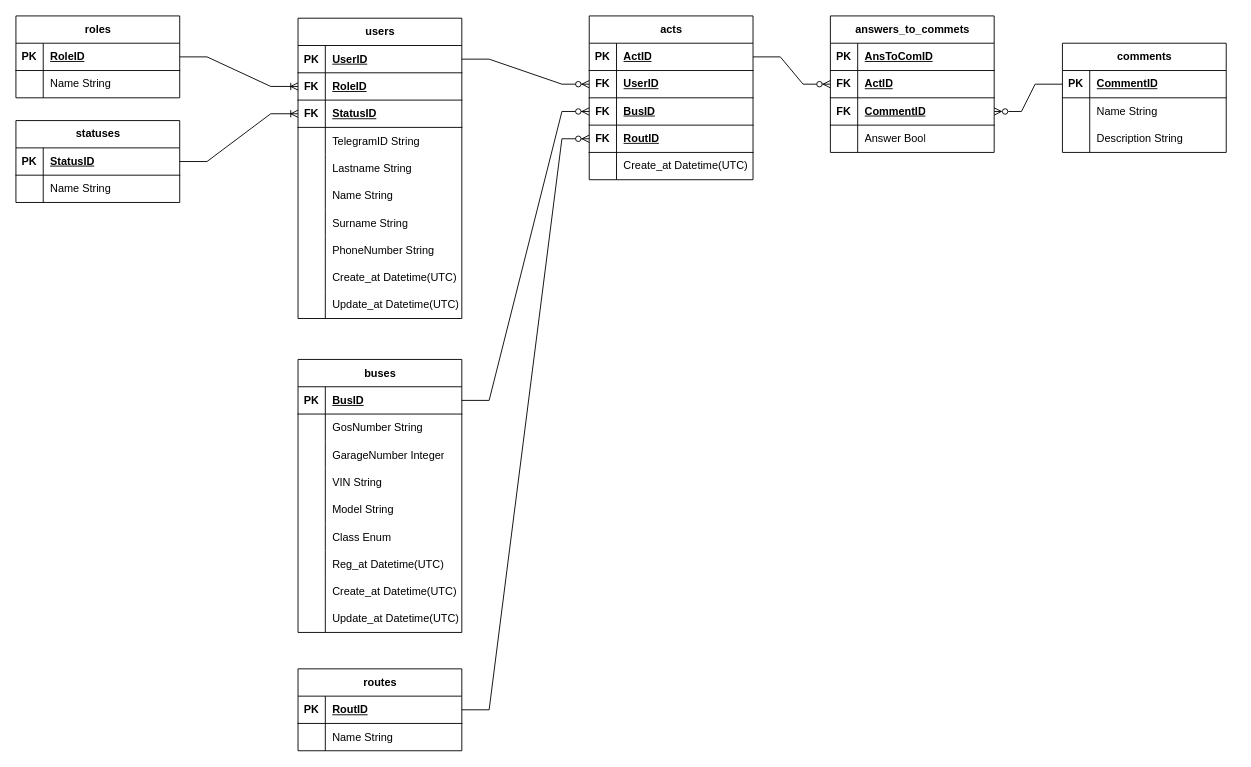
Above: Диаграмма без названия.drawio in EvgeniiGud/draw (draw.io), before the change. Source tidied: cells renumbered, new cells numbered last; positions are measured from the earlier drawing's top-left corner, leaving out a move shared by most shapes. Both pictures are drawn from the tidied source at 91%, with x=0, y=0 at pixel (15, 15).
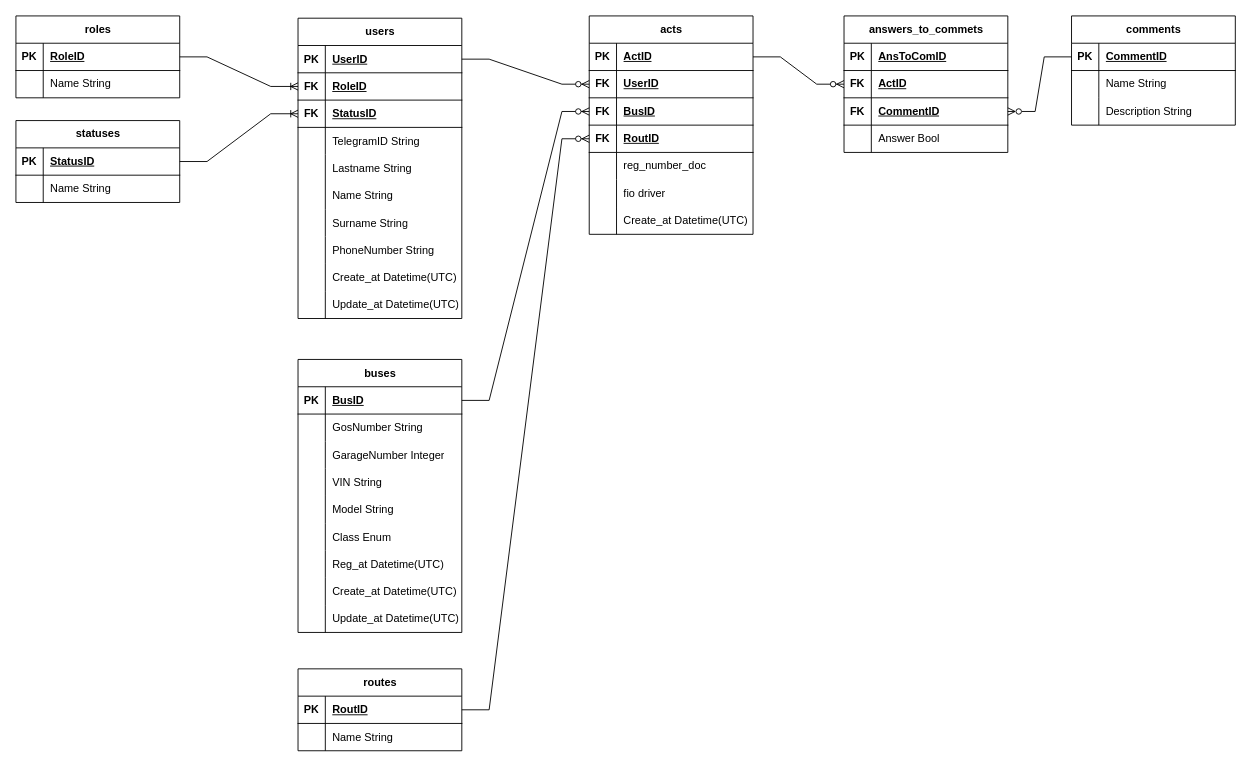
After the change.

Unchanged cells that the change refers to:
```xml
<mxCell id="107" style="shape=tableRow;horizontal=0;startSize=0;swimlaneHead=0;swimlaneBody=0;fillColor=none;top=0;left=0;right=0;bottom=0;" parent="94" vertex="1">
  <mxGeometry y="150" width="180" height="30" as="geometry" />
</mxCell>
```

What changed in the source:
```diff
@@
     <mxCell id="77" value="comments" style="shape=table;startSize=30;childLayout=tableLayout;rowLines=0;fontStyle=1;align=center;html=1;" parent="1" vertex="1">
-      <mxGeometry x="1150" y="30" width="180" height="120" as="geometry" />
+      <mxGeometry x="1160" width="180" height="120" as="geometry" />
     </mxCell>
@@
     <mxCell id="94" value="acts" style="shape=table;startSize=30;childLayout=tableLayout;rowLines=0;fontStyle=1;align=center;html=1;" parent="1" vertex="1">
-      <mxGeometry x="630" width="180" height="180" as="geometry" />
+      <mxGeometry x="630" width="180" height="240" as="geometry" />
     </mxCell>
@@
-    <mxCell id="109" value="Create_at Datetime(UTC)" style="shape=partialRectangle;fillColor=none;top=0;left=0;bottom=0;right=0;align=left;spacingLeft=6;overflow=hidden;whiteSpace=wrap;html=1;" parent="107" vertex="1">
+    <mxCell id="109" value="reg_number_doc" style="shape=partialRectangle;fillColor=none;top=0;left=0;bottom=0;right=0;align=left;spacingLeft=6;overflow=hidden;whiteSpace=wrap;html=1;" parent="107" vertex="1">
       <mxGeometry x="30" width="150" height="30" as="geometry" />
     </mxCell>
+    <mxCell id="128" style="shape=tableRow;horizontal=0;startSize=0;swimlaneHead=0;swimlaneBody=0;fillColor=none;top=0;left=0;right=0;bottom=0;" parent="94" vertex="1">
+      <mxGeometry y="180" width="180" height="30" as="geometry" />
+    </mxCell>
+    <mxCell id="129" style="shape=partialRectangle;fillColor=none;top=0;left=0;bottom=0;right=0;overflow=hidden;whiteSpace=wrap;html=1;" parent="128" vertex="1">
+      <mxGeometry width="30" height="30" as="geometry" />
+    </mxCell>
+    <mxCell id="130" value="fio driver" style="shape=partialRectangle;fillColor=none;top=0;left=0;bottom=0;right=0;align=left;spacingLeft=6;overflow=hidden;whiteSpace=wrap;html=1;" parent="128" vertex="1">
+      <mxGeometry x="30" width="150" height="30" as="geometry" />
+    </mxCell>
+    <mxCell id="131" style="shape=tableRow;horizontal=0;startSize=0;swimlaneHead=0;swimlaneBody=0;fillColor=none;top=0;left=0;right=0;bottom=0;" parent="94" vertex="1">
+      <mxGeometry y="210" width="180" height="30" as="geometry" />
+    </mxCell>
+    <mxCell id="132" style="shape=partialRectangle;fillColor=none;top=0;left=0;bottom=0;right=0;overflow=hidden;whiteSpace=wrap;html=1;" parent="131" vertex="1">
+      <mxGeometry width="30" height="30" as="geometry" />
+    </mxCell>
+    <mxCell id="133" value="Create_at Datetime(UTC)" style="shape=partialRectangle;fillColor=none;top=0;left=0;bottom=0;right=0;align=left;spacingLeft=6;overflow=hidden;whiteSpace=wrap;html=1;" parent="131" vertex="1">
+      <mxGeometry x="30" width="150" height="30" as="geometry" />
+    </mxCell>
@@
     <mxCell id="114" value="answers_to_commets" style="shape=table;startSize=30;childLayout=tableLayout;rowLines=0;fontStyle=1;align=center;html=1;" parent="1" vertex="1">
-      <mxGeometry x="895" width="180" height="150" as="geometry" />
+      <mxGeometry x="910" width="180" height="150" as="geometry" />
     </mxCell>
```
